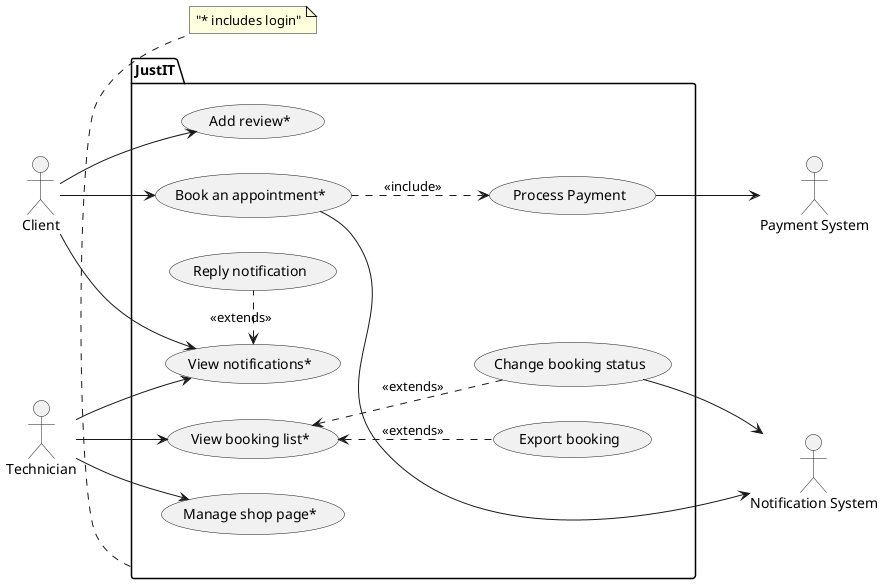
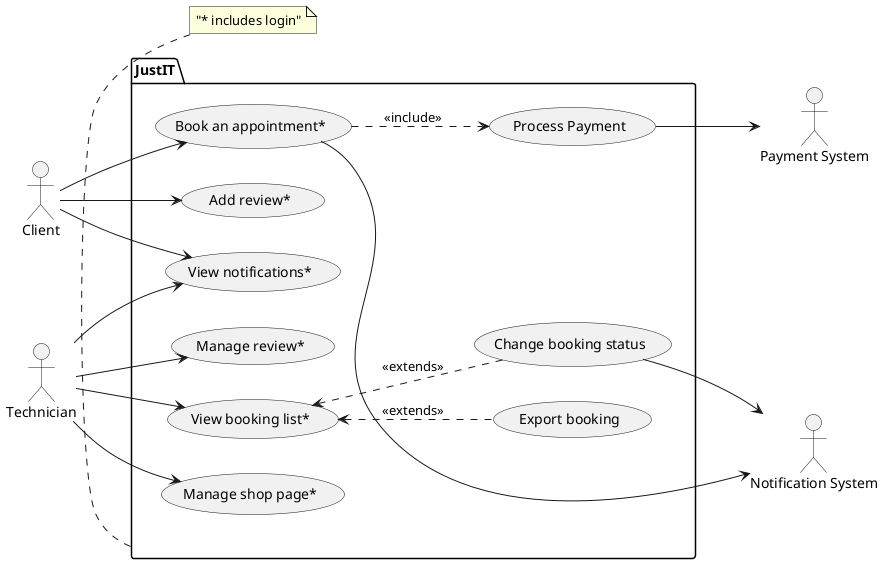
@startuml
left to right direction
actor "Client" as c
actor "Technician" as t
actor "Notification System" as n
actor "Payment System" as p


package JustIT {
usecase "Add review*" as UC1
usecase "Book an appointment*" as UC2
usecase "View notifications*" as UC3
usecase "Manage shop page*" as UC4
usecase "View booking list*" as UC5
usecase "Export booking" as UC6
usecase "Change booking status" as UC7
usecase "Process Payment" as UC8
- usecase "Reply notification" as UC9
- 
- 
+ usecase "Manage review*" as UC9
}

note bottom of JustIT
"* includes login"
  end note

c --> UC1
c --> UC2
c --> UC3
t --> UC3
t --> UC4
t --> UC5
+ t --> UC9
UC2 -.> UC8: <<include>>
UC8 --> p
UC2 ---> n
UC7 --> n
UC5 <.d. UC6 : <<extends>>
- UC9 -l.> UC3:  <<extends>>
UC7 .u.> UC5:  <<extends>>

@enduml